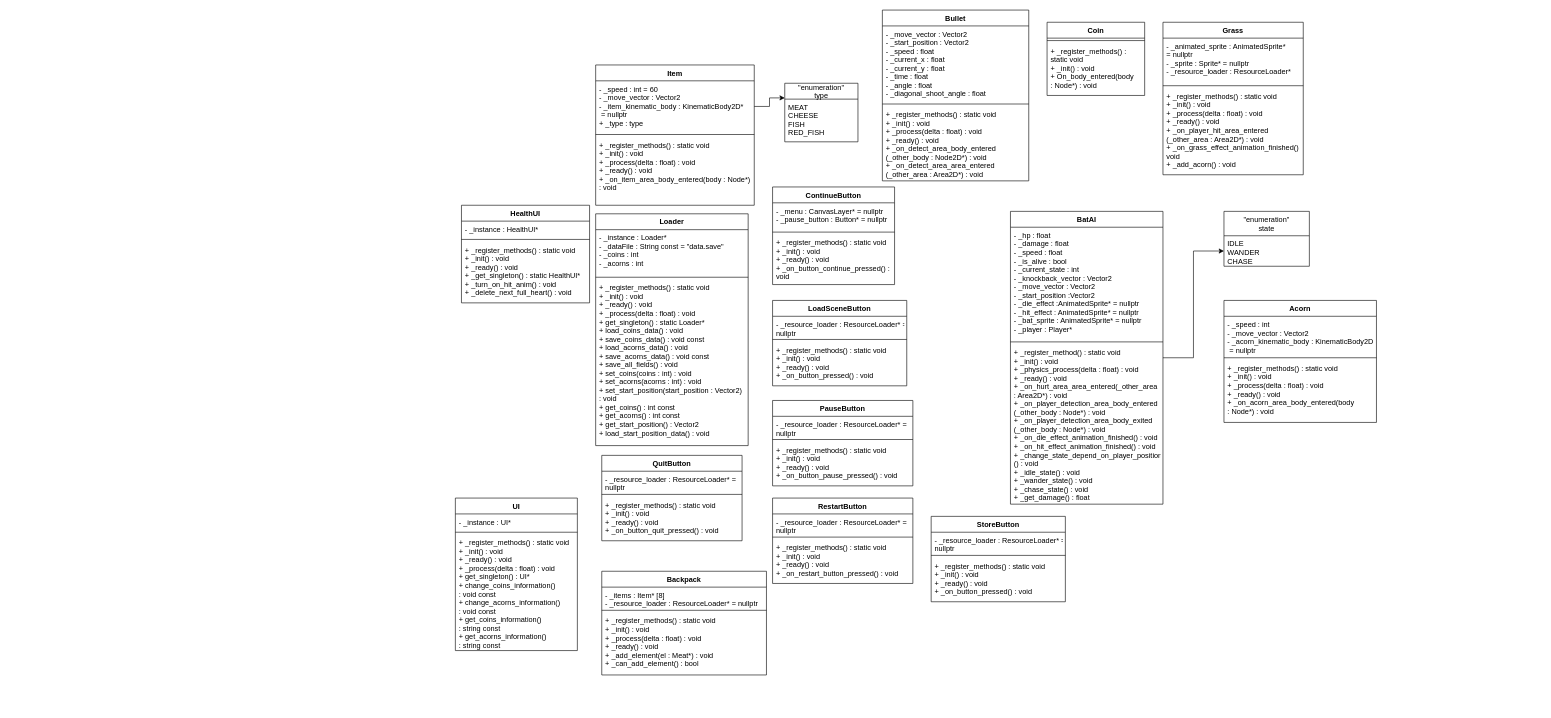
Earlier version of the draw.io diagram Foxy_Way_to_hero/ClassDiagramFoxyWayToHero.drawio (Vitalii-tmp/Foxy-Way-to-hero). Source tidied: cells renumbered, new cells numbered last; positions are measured from the earlier drawing's top-left corner, leaving out a move shared by most shapes. Both pictures are drawn from the tidied source at 61%, with x=0, y=0 at pixel (455, 10).
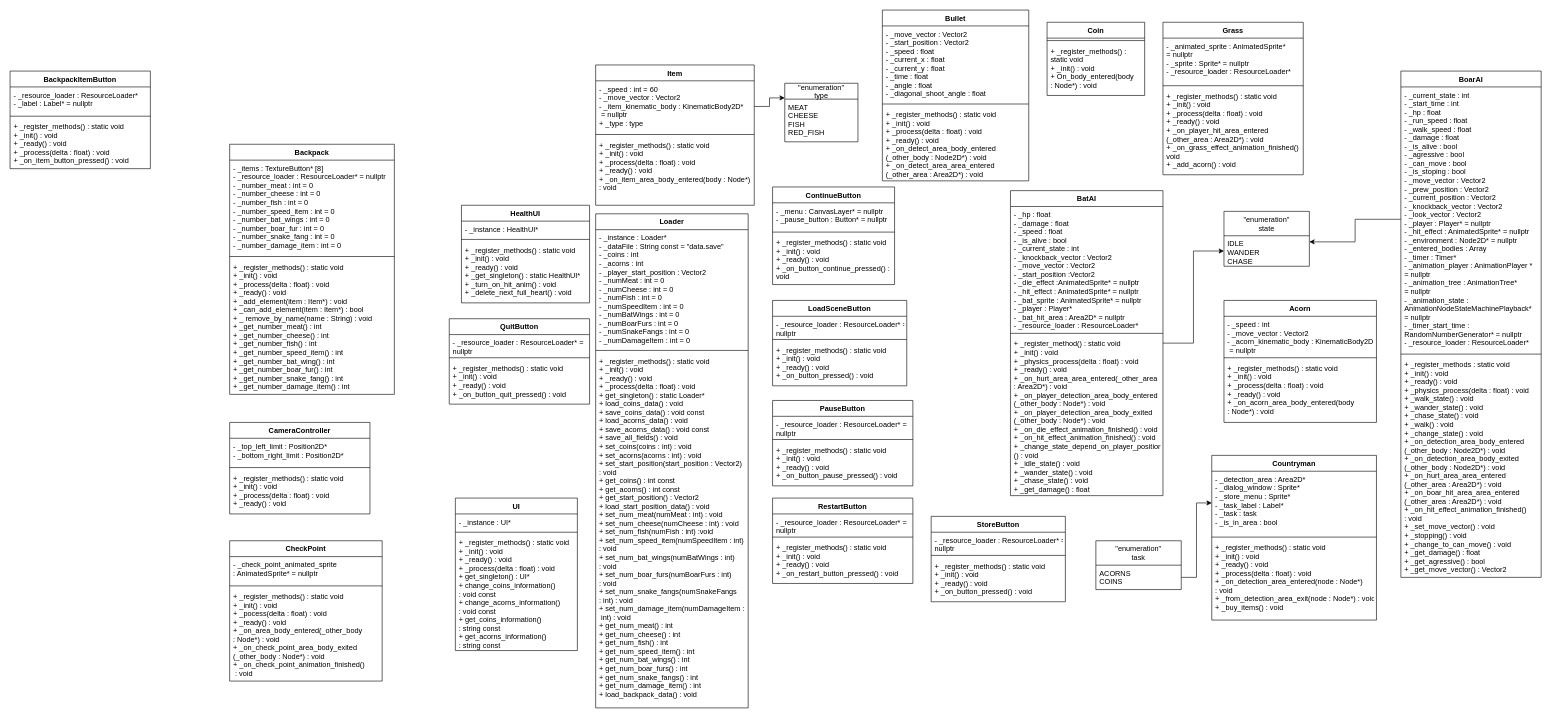
Above is the later version.

Unchanged cells that the change refers to:
```xml
<mxCell id="8" value="IDLE&#10;WANDER&#10;CHASE" style="text;strokeColor=none;fillColor=none;align=left;verticalAlign=top;spacingLeft=4;spacingRight=4;overflow=hidden;points=[[0,0.5],[1,0.5]];portConstraint=eastwest;" parent="7" vertex="1">
  <mxGeometry y="40" width="140" height="50" as="geometry" />
</mxCell>
```

Change to the diagram source:
```diff
@@
     <mxCell id="3" value="BatAI" style="swimlane;fontStyle=1;align=center;verticalAlign=top;horizontal=1;startSize=26;" parent="1" vertex="1">
-      <mxGeometry x="910" y="330" width="250" height="480" as="geometry" />
+      <mxGeometry x="910" y="296" width="250" height="500" as="geometry" />
     </mxCell>
-    <mxCell id="4" value="- _hp : float&#10;- _damage : float&#10;- _speed : float&#10;- _is_alive : bool&#10;- _current_state : int&#10;- _knockback_vector : Vector2&#10;- _move_vector : Vector2&#10;- _start_position :Vector2&#10;- _die_effect :AnimatedSprite* = nullptr&#10;- _hit_effect : AnimatedSprite* = nullptr&#10;- _bat_sprite : AnimatedSprite* = nullptr&#10;- _player : Player*" style="text;strokeColor=none;fillColor=none;align=left;verticalAlign=top;spacingLeft=4;spacingRight=4;overflow=hidden;" parent="3" vertex="1">
-      <mxGeometry y="26" width="250" height="184" as="geometry" />
+    <mxCell id="4" value="- _hp : float&#10;- _damage : float&#10;- _speed : float&#10;- _is_alive : bool&#10;- _current_state : int&#10;- _knockback_vector : Vector2&#10;- _move_vector : Vector2&#10;- _start_position :Vector2&#10;- _die_effect :AnimatedSprite* = nullptr&#10;- _hit_effect : AnimatedSprite* = nullptr&#10;- _bat_sprite : AnimatedSprite* = nullptr&#10;- _player : Player*&#10;- _bat_hit_area : Area2D* = nullptr&#10;- _resource_loader : ResourceLoader*" style="text;strokeColor=none;fillColor=none;align=left;verticalAlign=top;spacingLeft=4;spacingRight=4;overflow=hidden;" parent="3" vertex="1">
+      <mxGeometry y="26" width="250" height="204" as="geometry" />
     </mxCell>
     <mxCell id="5" style="line;strokeWidth=1;fillColor=none;align=left;verticalAlign=middle;spacingTop=-1;spacingLeft=3;spacingRight=3;labelPosition=right;" parent="3" vertex="1">
-      <mxGeometry y="210" width="250" height="8" as="geometry" />
+      <mxGeometry y="230" width="250" height="8" as="geometry" />
     </mxCell>
     <mxCell id="6" value="+ _register_method() : static void&#10;+ _init() : void&#10;+ _physics_process(delta : float) : void&#10;+ _ready() : void&#10;+ _on_hurt_area_area_entered(_other_area &#10;: Area2D*) : void&#10;+ _on_player_detection_area_body_entered&#10;(_other_body : Node*) : void&#10;+ _on_player_detection_area_body_exited&#10;(_other_body : Node*) : void&#10;+ _on_die_effect_animation_finished() : void&#10;+ _on_hit_effect_animation_finished() : void&#10;+ _change_state_depend_on_player_position&#10;() : void&#10;+ _idle_state() : void&#10;+ _wander_state() : void&#10;+ _chase_state() : void&#10;+ _get_damage() : float" style="text;strokeColor=none;fillColor=none;align=left;verticalAlign=top;spacingLeft=4;spacingRight=4;overflow=hidden;" parent="3" vertex="1">
-      <mxGeometry y="218" width="250" height="262" as="geometry" />
+      <mxGeometry y="238" width="250" height="262" as="geometry" />
     </mxCell>
@@
     <mxCell id="39" value="Loader" style="swimlane;fontStyle=1;align=center;verticalAlign=top;horizontal=1;startSize=26;" parent="1" vertex="1">
-      <mxGeometry x="230" y="334" width="250" height="380" as="geometry" />
+      <mxGeometry x="230" y="334" width="250" height="810" as="geometry" />
     </mxCell>
-    <mxCell id="40" value="- _instance : Loader*&#10;- _dataFile : String const = &quot;data.save&quot;&#10;- _coins : int&#10;- _acorns : int" style="text;strokeColor=none;fillColor=none;align=left;verticalAlign=top;spacingLeft=4;spacingRight=4;overflow=hidden;" parent="39" vertex="1">
-      <mxGeometry y="26" width="250" height="74" as="geometry" />
+    <mxCell id="40" value="- _instance : Loader*&#10;- _dataFile : String const = &quot;data.save&quot;&#10;- _coins : int&#10;- _acorns : int&#10;- _player_start_position : Vector2&#10;- _numMeat : int = 0&#10;- _numCheese : int = 0&#10;- _numFish : int = 0&#10;- _numSpeedItem : int = 0&#10;- _numBatWings : int = 0&#10;- _numBoarFurs : int = 0&#10;- _numSnakeFangs : int = 0&#10;- _numDamageItem : int = 0" style="text;strokeColor=none;fillColor=none;align=left;verticalAlign=top;spacingLeft=4;spacingRight=4;overflow=hidden;" parent="39" vertex="1">
+      <mxGeometry y="26" width="250" height="194" as="geometry" />
     </mxCell>
     <mxCell id="41" style="line;strokeWidth=1;fillColor=none;align=left;verticalAlign=middle;spacingTop=-1;spacingLeft=3;spacingRight=3;labelPosition=right;" parent="39" vertex="1">
-      <mxGeometry y="100" width="250" height="8" as="geometry" />
+      <mxGeometry y="220" width="250" height="8" as="geometry" />
     </mxCell>
-    <mxCell id="42" value="+ _register_methods() : static void&#10;+ _init() : void&#10;+ _ready() : void&#10;+ _process(delta : float) : void&#10;+ get_singleton() : static Loader*&#10;+ load_coins_data() : void&#10;+ save_coins_data() : void const&#10;+ load_acorns_data() : void &#10;+ save_acorns_data() : void const&#10;+ save_all_fields() : void&#10;+ set_coins(coins : int) : void&#10;+ set_acorns(acorns : int) : void&#10;+ set_start_position(start_position : Vector2) &#10;: void&#10;+ get_coins() : int const&#10;+ get_acorns() : int const&#10;+ get_start_position() : Vector2&#10;+ load_start_position_data() : void" style="text;strokeColor=none;fillColor=none;align=left;verticalAlign=top;spacingLeft=4;spacingRight=4;overflow=hidden;" parent="39" vertex="1">
-      <mxGeometry y="108" width="250" height="272" as="geometry" />
+    <mxCell id="42" value="+ _register_methods() : static void&#10;+ _init() : void&#10;+ _ready() : void&#10;+ _process(delta : float) : void&#10;+ get_singleton() : static Loader*&#10;+ load_coins_data() : void&#10;+ save_coins_data() : void const&#10;+ load_acorns_data() : void &#10;+ save_acorns_data() : void const&#10;+ save_all_fields() : void&#10;+ set_coins(coins : int) : void&#10;+ set_acorns(acorns : int) : void&#10;+ set_start_position(start_position : Vector2) &#10;: void&#10;+ get_coins() : int const&#10;+ get_acorns() : int const&#10;+ get_start_position() : Vector2&#10;+ load_start_position_data() : void&#10;+ set_num_meat(numMeat : int) : void&#10;+ set_num_cheese(numCheese : int) : void&#10;+ set_num_fish(numFish : int) :void&#10;+ set_num_speed_item(numSpeedItem : int) &#10;: void&#10;+ set_num_bat_wings(numBatWings : int) &#10;: void&#10;+ set_num_boar_furs(numBoarFurs : int) &#10;: void&#10;+ set_num_snake_fangs(numSnakeFangs &#10;: int) : void&#10;+ set_num_damage_item(numDamageItem :&#10; int) : void&#10;+ get_num_meat() : int&#10;+ get_num_cheese() : int&#10;+ get_num_fish() : int&#10;+ get_num_speed_item() : int&#10;+ get_num_bat_wings() : int&#10;+ get_num_boar_furs() : int&#10;+ get_num_snake_fangs() : int&#10;+ get_num_damage_item() : int&#10;+ load_backpack_data() : void" style="text;strokeColor=none;fillColor=none;align=left;verticalAlign=top;spacingLeft=4;spacingRight=4;overflow=hidden;" parent="39" vertex="1">
+      <mxGeometry y="228" width="250" height="582" as="geometry" />
     </mxCell>
@@
     <mxCell id="51" value="QuitButton" style="swimlane;fontStyle=1;align=center;verticalAlign=top;horizontal=1;startSize=26;" parent="1" vertex="1">
-      <mxGeometry x="240" y="730" width="230" height="140" as="geometry" />
+      <mxGeometry x="-10" y="506" width="230" height="140" as="geometry" />
     </mxCell>
@@
     <mxCell id="67" value="Backpack" style="swimlane;fontStyle=1;align=center;verticalAlign=top;horizontal=1;startSize=26;" parent="1" vertex="1">
-      <mxGeometry x="240" y="920" width="270" height="170" as="geometry" />
+      <mxGeometry x="-370" y="220" width="270" height="410" as="geometry" />
     </mxCell>
-    <mxCell id="68" value="- _items : Item* [8]&#10;- _resource_loader : ResourceLoader* = nullptr" style="text;strokeColor=none;fillColor=none;align=left;verticalAlign=top;spacingLeft=4;spacingRight=4;overflow=hidden;" parent="67" vertex="1">
-      <mxGeometry y="26" width="270" height="34" as="geometry" />
+    <mxCell id="68" value="- _items : TextureButton* [8]&#10;- _resource_loader : ResourceLoader* = nullptr&#10;- _number_meat : int = 0&#10;- _number_cheese : int = 0&#10;- _number_fish : int = 0&#10;- _number_speed_item : int = 0&#10;- _number_bat_wings : int = 0&#10;- _number_boar_fur : int = 0&#10;- _number_snake_fang : int = 0&#10;- _number_damage_item : int = 0&#10;" style="text;strokeColor=none;fillColor=none;align=left;verticalAlign=top;spacingLeft=4;spacingRight=4;overflow=hidden;" parent="67" vertex="1">
+      <mxGeometry y="26" width="270" height="154" as="geometry" />
     </mxCell>
     <mxCell id="69" style="line;strokeWidth=1;fillColor=none;align=left;verticalAlign=middle;spacingTop=-1;spacingLeft=3;spacingRight=3;labelPosition=right;" parent="67" vertex="1">
-      <mxGeometry y="60" width="270" height="8" as="geometry" />
+      <mxGeometry y="180" width="270" height="8" as="geometry" />
     </mxCell>
-    <mxCell id="70" value="+ _register_methods() : static void&#10;+ _init() : void&#10;+ _process(delta : float) : void&#10;+ _ready() : void&#10;+ _add_element(el : Meat*) : void&#10;+ _can_add_element() : bool" style="text;strokeColor=none;fillColor=none;align=left;verticalAlign=top;spacingLeft=4;spacingRight=4;overflow=hidden;" parent="67" vertex="1">
-      <mxGeometry y="68" width="270" height="102" as="geometry" />
+    <mxCell id="70" value="+ _register_methods() : static void&#10;+ _init() : void&#10;+ _process(delta : float) : void&#10;+ _ready() : void&#10;+ _add_element(item : Item*) : void&#10;+ _can_add_element(item : Item*) : bool&#10;+ _ remove_by_name(name : String) : void&#10;+ _get_number_meat() : int&#10;+ _get_number_cheese() : int&#10;+ _get_number_fish() : int&#10;+ _get_number_speed_item() : int&#10;+ _get_number_bat_wing() : int&#10;+ _get_number_boar_fur() : int&#10;+ _get_number_snake_fang() : int&#10;+ _get_number_damage_item() : int" style="text;strokeColor=none;fillColor=none;align=left;verticalAlign=top;spacingLeft=4;spacingRight=4;overflow=hidden;" parent="67" vertex="1">
+      <mxGeometry y="188" width="270" height="222" as="geometry" />
     </mxCell>
+    <mxCell id="71" value="BackpackItemButton" style="swimlane;fontStyle=1;align=center;verticalAlign=top;horizontal=1;startSize=26;" parent="1" vertex="1">
+      <mxGeometry x="-730" y="100" width="230" height="160" as="geometry" />
+    </mxCell>
+    <mxCell id="72" value="- _resource_loader : ResourceLoader*&#10;- _label : Label* = nullptr" style="text;strokeColor=none;fillColor=none;align=left;verticalAlign=top;spacingLeft=4;spacingRight=4;overflow=hidden;" parent="71" vertex="1">
+      <mxGeometry y="26" width="230" height="44" as="geometry" />
+    </mxCell>
+    <mxCell id="73" style="line;strokeWidth=1;fillColor=none;align=left;verticalAlign=middle;spacingTop=-1;spacingLeft=3;spacingRight=3;labelPosition=right;" parent="71" vertex="1">
+      <mxGeometry y="70" width="230" height="8" as="geometry" />
+    </mxCell>
+    <mxCell id="74" value="+ _register_methods() : static void&#10;+ _init() : void&#10;+ _ready() : void&#10;+ _process(delta : float) : void&#10;+ _on_item_button_pressed() : void" style="text;strokeColor=none;fillColor=none;align=left;verticalAlign=top;spacingLeft=4;spacingRight=4;overflow=hidden;" parent="71" vertex="1">
+      <mxGeometry y="78" width="230" height="82" as="geometry" />
+    </mxCell>
+    <mxCell id="75" value="BoarAI" style="swimlane;fontStyle=1;align=center;verticalAlign=top;horizontal=1;startSize=26;" parent="1" vertex="1">
+      <mxGeometry x="1550" y="100" width="230" height="830" as="geometry" />
+    </mxCell>
+    <mxCell id="76" value="- _current_state : int&#10;- _start_time : int&#10;- _hp : float&#10;- _run_speed : float&#10;- _walk_speed : float&#10;- _damage : float&#10;- _is_alive : bool&#10;- _agressive : bool&#10;- _can_move : bool&#10;- _is_stoping : bool&#10;- _move_vector : Vector2&#10;- _prew_position : Vector2&#10;- _current_position : Vector2&#10;- _knockback_vector : Vector2&#10;- _look_vector : Vector2&#10;- _player : Player* = nullptr&#10;- _hit_effect : AnimatedSprite* = nullptr&#10;- _environment : Node2D* = nullptr&#10;- _entered_bodies : Array&#10;- _timer : Timer*&#10;- _animation_player : AnimationPlayer *  &#10;= nullptr&#10;- _animation_tree : AnimationTree* &#10;= nullptr&#10;- _animation_state : &#10;AnimationNodeStateMachinePlayback* &#10;= nullptr&#10;- _timer_start_time : &#10;RandomNumberGenerator* = nullptr&#10;- _resource_loader : ResourceLoader*" style="text;strokeColor=none;fillColor=none;align=left;verticalAlign=top;spacingLeft=4;spacingRight=4;overflow=hidden;points=[[0,0.5],[1,0.5]];portConstraint=eastwest;" parent="75" vertex="1">
+      <mxGeometry y="26" width="230" height="434" as="geometry" />
+    </mxCell>
+    <mxCell id="77" style="line;strokeWidth=1;fillColor=none;align=left;verticalAlign=middle;spacingTop=-1;spacingLeft=3;spacingRight=3;labelPosition=right;" parent="75" vertex="1">
+      <mxGeometry y="460" width="230" height="8" as="geometry" />
+    </mxCell>
+    <mxCell id="78" value="+ _register_methods : static void&#10;+ _init() : void&#10;+ _ready() : void&#10;+ _physics_process(delta : float) : void&#10;+ _walk_state() : void&#10;+ _wander_state() : void&#10;+ _chase_state() : void&#10;+ _walk() : void&#10;+ _change_state() : void&#10;+ _on_detection_area_body_entered&#10;(_other_body : Node2D*) : void&#10;+ _on_detection_area_body_exited&#10;(_other_body : Node2D*) : void&#10;+ _on_hurt_area_area_entered&#10;(_other_area : Area2D*) : void&#10;+ _on_boar_hit_area_area_entered&#10;(_other_area : Area2D*) : void&#10;+ _on_hit_effect_animation_finished() &#10;: void&#10;+ _set_move_vector() : void&#10;+ _stopping() : void&#10;+ _change_to_can_move() : void&#10;+ _get_damage() : float&#10;+ _get_agressive() : bool&#10;+ _get_move_vector() : Vector2" style="text;strokeColor=none;fillColor=none;align=left;verticalAlign=top;spacingLeft=4;spacingRight=4;overflow=hidden;" parent="75" vertex="1">
+      <mxGeometry y="468" width="230" height="362" as="geometry" />
+    </mxCell>
+    <mxCell id="79" value="CameraController" style="swimlane;fontStyle=1;align=center;verticalAlign=top;horizontal=1;startSize=26;" parent="1" vertex="1">
+      <mxGeometry x="-370" y="676" width="230" height="150" as="geometry" />
+    </mxCell>
+    <mxCell id="80" value="- _top_left_limit : Position2D*&#10;- _bottom_right_limit : Position2D*" style="text;strokeColor=none;fillColor=none;align=left;verticalAlign=top;spacingLeft=4;spacingRight=4;overflow=hidden;" parent="79" vertex="1">
+      <mxGeometry y="26" width="230" height="44" as="geometry" />
+    </mxCell>
+    <mxCell id="81" style="line;strokeWidth=1;fillColor=none;align=left;verticalAlign=middle;spacingTop=-1;spacingLeft=3;spacingRight=3;labelPosition=right;" parent="79" vertex="1">
+      <mxGeometry y="70" width="230" height="8" as="geometry" />
+    </mxCell>
+    <mxCell id="82" value="+ _register_methods() : static void&#10;+ _init() : void&#10;+ _process(delta : float) : void&#10;+ _ready() : void" style="text;strokeColor=none;fillColor=none;align=left;verticalAlign=top;spacingLeft=4;spacingRight=4;overflow=hidden;" parent="79" vertex="1">
+      <mxGeometry y="78" width="230" height="72" as="geometry" />
+    </mxCell>
+    <mxCell id="83" value="CheckPoint" style="swimlane;fontStyle=1;align=center;verticalAlign=top;horizontal=1;startSize=26;" parent="1" vertex="1">
+      <mxGeometry x="-370" y="870" width="250" height="230" as="geometry" />
+    </mxCell>
+    <mxCell id="84" value="- _check_point_animated_sprite &#10;: AnimatedSprite* = nullptr" style="text;strokeColor=none;fillColor=none;align=left;verticalAlign=top;spacingLeft=4;spacingRight=4;overflow=hidden;" parent="83" vertex="1">
+      <mxGeometry y="26" width="250" height="44" as="geometry" />
+    </mxCell>
+    <mxCell id="85" style="line;strokeWidth=1;fillColor=none;align=left;verticalAlign=middle;spacingTop=-1;spacingLeft=3;spacingRight=3;labelPosition=right;" parent="83" vertex="1">
+      <mxGeometry y="70" width="250" height="8" as="geometry" />
+    </mxCell>
+    <mxCell id="86" value="+ _register_methods() : static void&#10;+ _init() : void&#10;+ _pocess(delta : float) : void&#10;+ _ready() : void&#10;+ _on_area_body_entered(_other_body &#10;: Node*) : void&#10;+ _on_check_point_area_body_exited&#10;(_other_body : Node*) : void&#10;+ _on_check_point_animation_finished()&#10; : void" style="text;strokeColor=none;fillColor=none;align=left;verticalAlign=top;spacingLeft=4;spacingRight=4;overflow=hidden;" parent="83" vertex="1">
+      <mxGeometry y="78" width="250" height="152" as="geometry" />
+    </mxCell>
+    <mxCell id="87" value="Countryman" style="swimlane;fontStyle=1;align=center;verticalAlign=top;horizontal=1;startSize=26;" parent="1" vertex="1">
+      <mxGeometry x="1240" y="730" width="270" height="270" as="geometry" />
+    </mxCell>
+    <mxCell id="88" value="- _detection_area : Area2D*&#10;- _dialog_window : Sprite*&#10;- _store_menu : Sprite*&#10;- _task_label : Label*&#10;- _task : task&#10;- _is_in_area : bool" style="text;strokeColor=none;fillColor=none;align=left;verticalAlign=top;spacingLeft=4;spacingRight=4;overflow=hidden;points=[[0,0.5],[1,0.5]];portConstraint=eastwest;" parent="87" vertex="1">
+      <mxGeometry y="26" width="270" height="104" as="geometry" />
+    </mxCell>
+    <mxCell id="89" style="line;strokeWidth=1;fillColor=none;align=left;verticalAlign=middle;spacingTop=-1;spacingLeft=3;spacingRight=3;labelPosition=right;" parent="87" vertex="1">
+      <mxGeometry y="130" width="270" height="8" as="geometry" />
+    </mxCell>
+    <mxCell id="90" value="+ _register_methods() : static void&#10;+ _init() : void&#10;+ _ready() : void&#10;+ _process(delta : float) : void&#10;+ _on_detection_area_entered(node : Node*)&#10;: void&#10;+ _from_detection_area_exit(node : Node*) : void&#10;+ _buy_items() : void" style="text;strokeColor=none;fillColor=none;align=left;verticalAlign=top;spacingLeft=4;spacingRight=4;overflow=hidden;" parent="87" vertex="1">
+      <mxGeometry y="138" width="270" height="132" as="geometry" />
+    </mxCell>
+    <mxCell id="91" style="edgeStyle=orthogonalEdgeStyle;rounded=0;jettySize=auto;html=1;entryX=1;entryY=0.2;entryDx=0;entryDy=0;entryPerimeter=0;" parent="1" edge="1" source="76" target="8">
+      <mxGeometry relative="1" as="geometry" />
+    </mxCell>
+    <mxCell id="92" value="&quot;enumeration&quot;&#10;task" style="swimlane;fontStyle=0;horizontal=1;startSize=40;fillColor=none;" parent="1" vertex="1">
+      <mxGeometry x="1050" y="870" width="140" height="80" as="geometry" />
+    </mxCell>
+    <mxCell id="93" value="ACORNS&#10;COINS" style="text;strokeColor=none;fillColor=none;align=left;verticalAlign=top;spacingLeft=4;spacingRight=4;overflow=hidden;points=[[0,0.5],[1,0.5]];portConstraint=eastwest;" parent="92" vertex="1">
+      <mxGeometry y="40" width="140" height="40" as="geometry" />
+    </mxCell>
+    <mxCell id="94" style="edgeStyle=orthogonalEdgeStyle;rounded=0;jettySize=auto;html=1;entryX=0;entryY=0.5;entryDx=0;entryDy=0;" parent="1" edge="1" source="93" target="88">
+      <mxGeometry relative="1" as="geometry" />
+    </mxCell>
```
